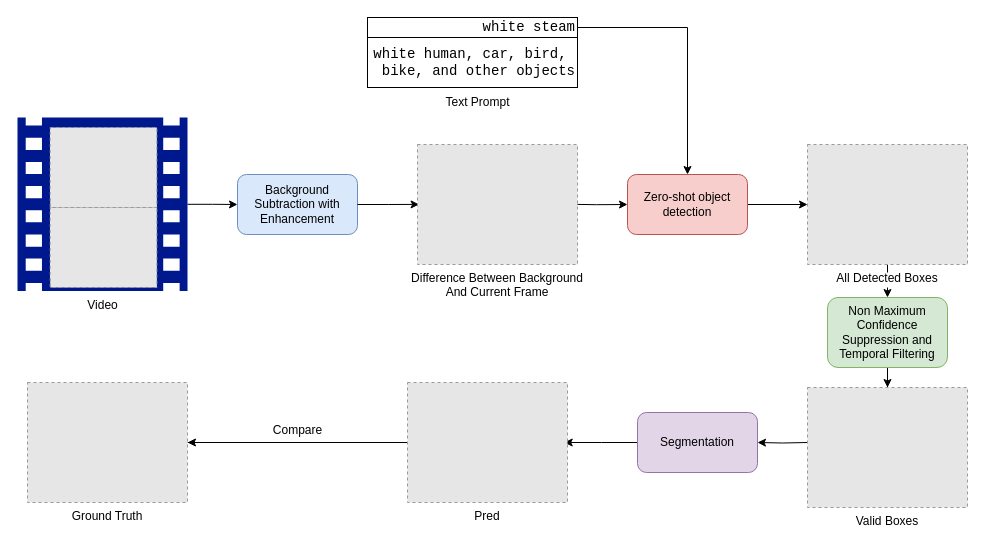
The draw.io diagram Untitled Diagram.drawio in weathon/grounding_mog, before the edit. Source tidied: cells renumbered, new cells numbered last; positions are measured from the earlier drawing's top-left corner, leaving out a move shared by most shapes. Both pictures are drawn from the tidied source at 100%, with x=0, y=0 at pixel (17, 17). Pictures stored in the file or linked from it are replaced by grey dashed boxes.
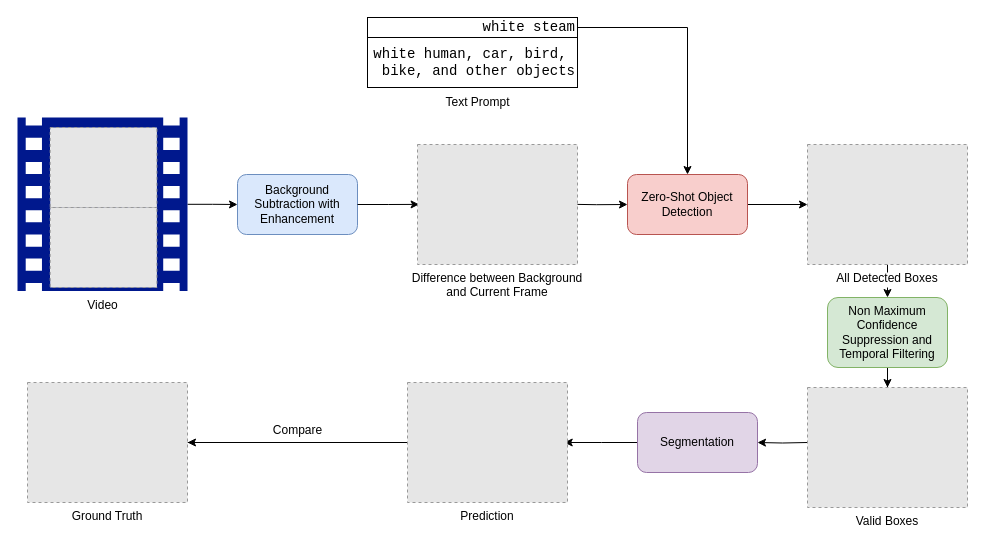
Above is the later version.

Diff of the diagram source:
```diff
@@
-    <mxCell id="8" value="Zero-shot object detection" style="rounded=1;whiteSpace=wrap;html=1;fillColor=#f8cecc;strokeColor=#b85450;" parent="1" vertex="1">
+    <mxCell id="8" value="Zero-Shot Object Detection" style="rounded=1;whiteSpace=wrap;html=1;fillColor=#f8cecc;strokeColor=#b85450;" parent="1" vertex="1">
       <mxGeometry x="610" y="157" width="120" height="60" as="geometry" />
     </mxCell>
@@
-    <mxCell id="25" value="Pred" style="fillColor=#E6E6E6;strokeColor=#999999;dashed=1;verticalLabelPosition=bottom;labelBackgroundColor=default;verticalAlign=top;" parent="1" vertex="1">
+    <mxCell id="25" value="Prediction" style="fillColor=#E6E6E6;strokeColor=#999999;dashed=1;verticalLabelPosition=bottom;labelBackgroundColor=default;verticalAlign=top;" parent="1" vertex="1">
       <mxGeometry x="390" y="365" width="160" height="120" as="geometry" />
     </mxCell>
-    <mxCell id="26" value="Difference Between Background&#10;And Current Frame" style="fillColor=#E6E6E6;strokeColor=#999999;dashed=1;verticalLabelPosition=bottom;labelBackgroundColor=default;verticalAlign=top;" parent="1" vertex="1">
+    <mxCell id="26" value="Difference between Background&#10;and Current Frame" style="fillColor=#E6E6E6;strokeColor=#999999;dashed=1;verticalLabelPosition=bottom;labelBackgroundColor=default;verticalAlign=top;" parent="1" vertex="1">
       <mxGeometry x="400" y="127" width="160" height="120" as="geometry" />
     </mxCell>
```
